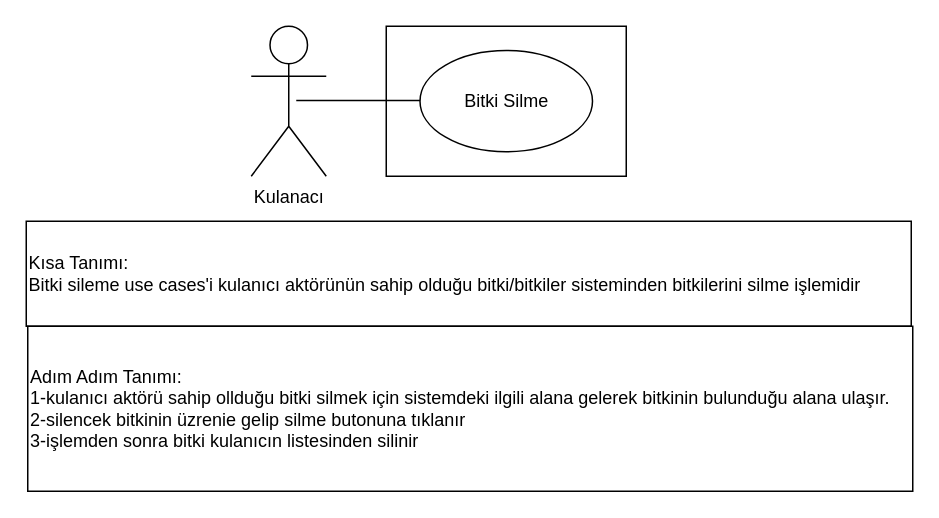
The draw.io diagram proje3/Untitled Diagram.drawio in SuleymanKabayel/Odev2, before the edit. Source tidied: cells renumbered, new cells numbered last; positions are measured from the earlier drawing's top-left corner, leaving out a move shared by most shapes. Both pictures are drawn from the tidied source at 150%, with x=0, y=0 at pixel (26, 26).
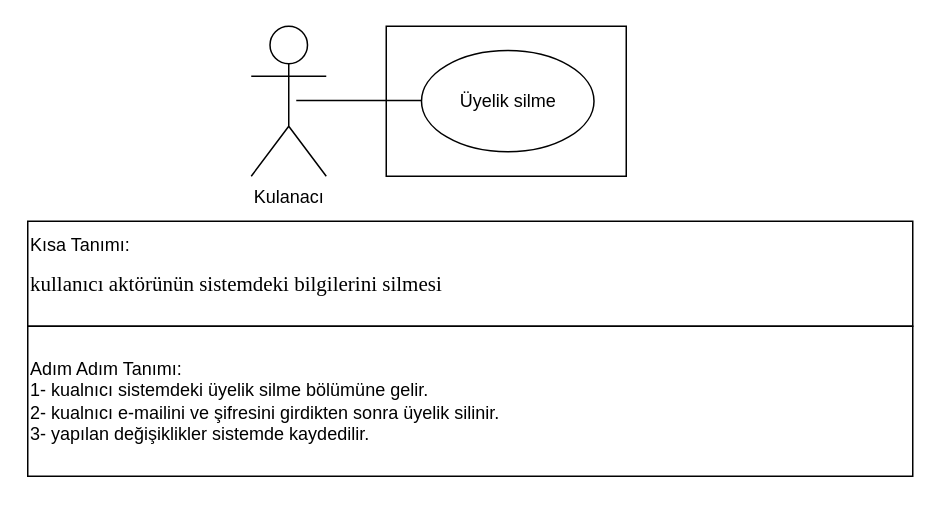
The same page after the edit.

Change to the diagram source:
```diff
@@
 <mxGraphModel>
   <root>
     <mxCell id="0" />
     <mxCell id="1" parent="0" />
     <mxCell id="2" value="Kulanacı" style="shape=umlActor;verticalLabelPosition=bottom;verticalAlign=top;html=1;" parent="1" vertex="1">
       <mxGeometry x="150" width="50" height="100" as="geometry" />
     </mxCell>
     <mxCell id="3" style="rounded=0;whiteSpace=wrap;html=1;" parent="1" vertex="1">
       <mxGeometry x="240" width="160" height="100" as="geometry" />
     </mxCell>
     <mxCell id="4" style="endArrow=none;html=1;" parent="1" edge="1">
       <mxGeometry relative="1" as="geometry">
         <mxPoint x="180" y="49.5" as="sourcePoint" />
         <mxPoint x="290" y="49.5" as="targetPoint" />
       </mxGeometry>
     </mxCell>
-    <mxCell id="5" value="Bitki Silme" style="ellipse;whiteSpace=wrap;html=1;" parent="1" vertex="1">
-      <mxGeometry x="262.5" y="16.2" width="115" height="67.5" as="geometry" />
+    <mxCell id="5" value="Üyelik silme" style="ellipse;whiteSpace=wrap;html=1;" parent="1" vertex="1">
+      <mxGeometry x="263.5" y="16.2" width="115" height="67.5" as="geometry" />
     </mxCell>
-    <mxCell id="6" value="Kısa Tanımı:&lt;br&gt;Bitki sileme use cases'i kulanıcı aktörünün sahip olduğu bitki/bitkiler sisteminden bitkilerini silme işlemidir&amp;nbsp;" style="rounded=0;whiteSpace=wrap;html=1;align=left;" parent="1" vertex="1">
-      <mxGeometry y="130" width="590" height="70" as="geometry" />
+    <mxCell id="6" value="Kısa Tanımı:&lt;br&gt;&lt;p class=&quot;MsoNormal&quot; style=&quot;line-height: 110%&quot;&gt;&lt;span style=&quot;line-height: 110% ; font-family: &amp;#34;times new roman&amp;#34; , serif&quot;&gt;&lt;font style=&quot;font-size: 14px&quot;&gt;kullanıcı aktörünün sistemdeki bilgilerini silmesi&lt;/font&gt;&lt;/span&gt;&lt;/p&gt;" style="rounded=0;whiteSpace=wrap;html=1;align=left;" parent="1" vertex="1">
+      <mxGeometry x="1" y="130" width="590" height="70" as="geometry" />
     </mxCell>
-    <mxCell id="7" value="Adım Adım Tanımı:&lt;br&gt;1-kulanıcı aktörü sahip ollduğu bitki silmek için sistemdeki ilgili alana gelerek bitkinin bulunduğu alana ulaşır.&lt;br&gt;2-silencek bitkinin üzrenie gelip silme butonuna tıklanır&lt;br&gt;3-işlemden sonra bitki kulanıcın listesinden silinir" style="rounded=0;whiteSpace=wrap;html=1;align=left;" parent="1" vertex="1">
-      <mxGeometry x="1" y="200" width="590" height="110" as="geometry" />
+    <mxCell id="7" value="Adım Adım Tanımı:&lt;br&gt;1- kualnıcı sistemdeki üyelik silme bölümüne gelir.&lt;br&gt;2- kualnıcı e-mailini ve şifresini girdikten sonra üyelik silinir.&lt;br&gt;3- yapılan değişiklikler sistemde kaydedilir." style="rounded=0;whiteSpace=wrap;html=1;align=left;" parent="1" vertex="1">
+      <mxGeometry x="1" y="200" width="590" height="100" as="geometry" />
     </mxCell>
   </root>
 </mxGraphModel>
```
